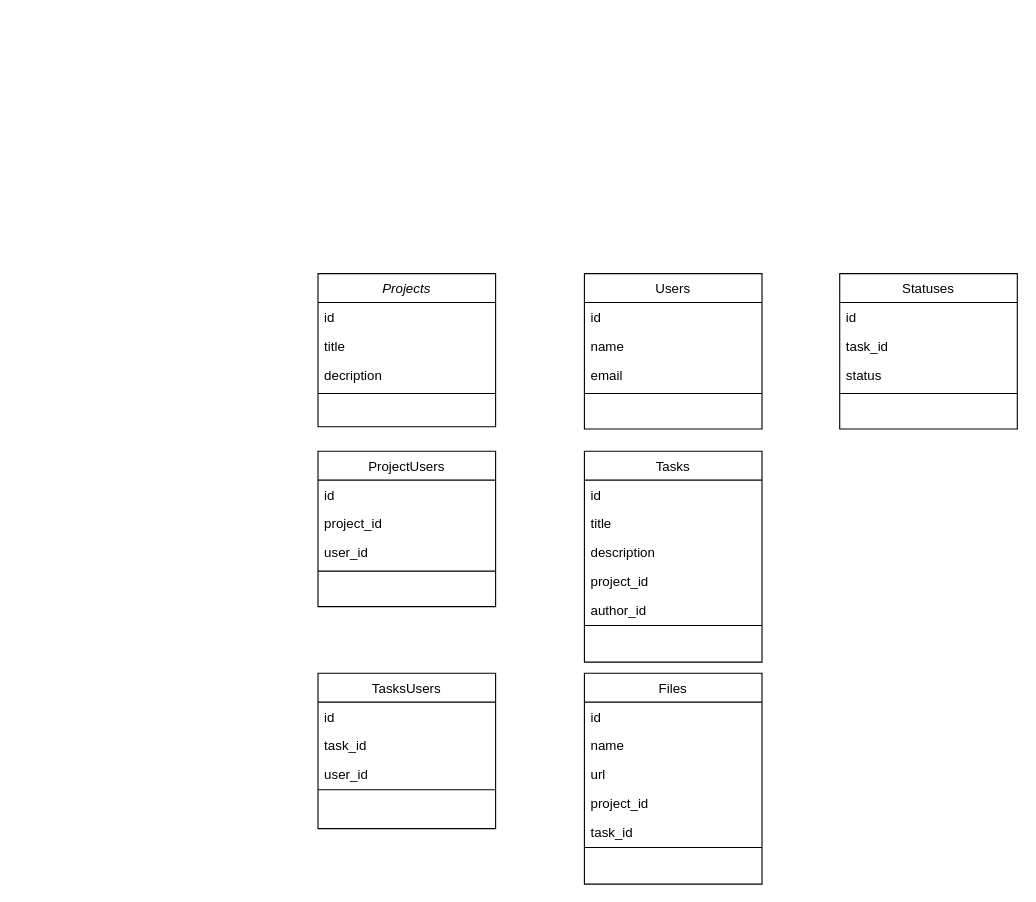
Above: Диаграмма без названия.drawio in Herald-DrayG/KhPISQL (draw.io), before the change. Source tidied: cells renumbered, new cells numbered last; positions are measured from the earlier drawing's top-left corner, leaving out a move shared by most shapes. Both pictures are drawn from the tidied source at 111%, with x=0, y=0 at pixel (317, 273).
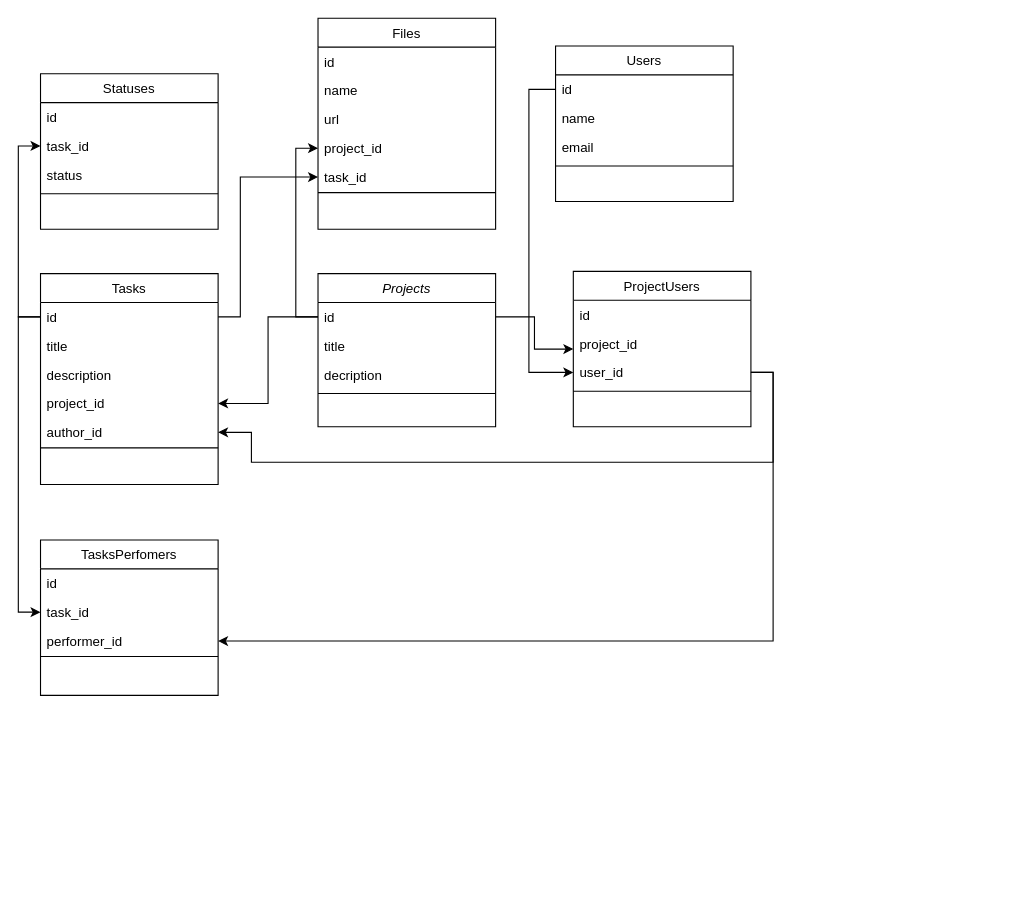
The same page after the edit.

Commit message:
task management service

The change refers to these unchanged cells:
```xml
<mxCell id="3" value="id" style="text;align=left;verticalAlign=top;spacingLeft=4;spacingRight=4;overflow=hidden;points=[[0,0.5],[1,0.5]];portConstraint=eastwest;" parent="2" vertex="1">
  <mxGeometry y="26" width="160" height="26" as="geometry" />
</mxCell>
<mxCell id="10" value="user_id" style="text;align=left;verticalAlign=top;spacingLeft=4;spacingRight=4;overflow=hidden;points=[[0,0.5],[1,0.5]];portConstraint=eastwest;" parent="7" vertex="1">
  <mxGeometry y="78" width="160" height="26" as="geometry" />
</mxCell>
<mxCell id="13" value="id" style="text;align=left;verticalAlign=top;spacingLeft=4;spacingRight=4;overflow=hidden;points=[[0,0.5],[1,0.5]];portConstraint=eastwest;" parent="12" vertex="1">
  <mxGeometry y="26" width="160" height="26" as="geometry" />
</mxCell>
<mxCell id="16" value="project_id" style="text;align=left;verticalAlign=top;spacingLeft=4;spacingRight=4;overflow=hidden;points=[[0,0.5],[1,0.5]];portConstraint=eastwest;" parent="12" vertex="1">
  <mxGeometry y="104" width="160" height="26" as="geometry" />
</mxCell>
<mxCell id="17" value="author_id" style="text;align=left;verticalAlign=top;spacingLeft=4;spacingRight=4;overflow=hidden;points=[[0,0.5],[1,0.5]];portConstraint=eastwest;" parent="12" vertex="1">
  <mxGeometry y="130" width="160" height="26" as="geometry" />
</mxCell>
<mxCell id="20" value="id" style="text;align=left;verticalAlign=top;spacingLeft=4;spacingRight=4;overflow=hidden;points=[[0,0.5],[1,0.5]];portConstraint=eastwest;" parent="19" vertex="1">
  <mxGeometry y="26" width="160" height="26" as="geometry" />
</mxCell>
<mxCell id="26" value="task_id" style="text;align=left;verticalAlign=top;spacingLeft=4;spacingRight=4;overflow=hidden;points=[[0,0.5],[1,0.5]];portConstraint=eastwest;" parent="24" vertex="1">
  <mxGeometry y="52" width="160" height="26" as="geometry" />
</mxCell>
<mxCell id="33" value="project_id" style="text;align=left;verticalAlign=top;spacingLeft=4;spacingRight=4;overflow=hidden;points=[[0,0.5],[1,0.5]];portConstraint=eastwest;" parent="29" vertex="1">
  <mxGeometry y="104" width="160" height="26" as="geometry" />
</mxCell>
<mxCell id="34" value="task_id" style="text;align=left;verticalAlign=top;spacingLeft=4;spacingRight=4;overflow=hidden;points=[[0,0.5],[1,0.5]];portConstraint=eastwest;" parent="29" vertex="1">
  <mxGeometry y="130" width="160" height="26" as="geometry" />
</mxCell>
<mxCell id="38" value="task_id" style="text;align=left;verticalAlign=top;spacingLeft=4;spacingRight=4;overflow=hidden;points=[[0,0.5],[1,0.5]];portConstraint=eastwest;rounded=0;shadow=0;html=0;" parent="36" vertex="1">
  <mxGeometry y="52" width="160" height="26" as="geometry" />
</mxCell>
```

Change to the diagram source:
```diff
@@
     <mxCell id="7" value="ProjectUsers" style="swimlane;fontStyle=0;align=center;verticalAlign=top;horizontal=1;startSize=26;rounded=0;shadow=0;strokeWidth=1;" parent="1" vertex="1">
-      <mxGeometry y="160" width="160" height="140" as="geometry" />
+      <mxGeometry x="230" y="-2" width="160" height="140" as="geometry" />
     </mxCell>
@@
     <mxCell id="12" value="Tasks" style="swimlane;fontStyle=0;align=center;verticalAlign=top;horizontal=1;startSize=26;rounded=0;shadow=0;strokeWidth=1;" parent="1" vertex="1">
-      <mxGeometry x="240" y="160" width="160" height="190" as="geometry" />
+      <mxGeometry x="-250" width="160" height="190" as="geometry" />
     </mxCell>
@@
     <mxCell id="19" value="Users" style="swimlane;fontStyle=0;align=center;verticalAlign=top;horizontal=1;startSize=26;rounded=0;shadow=0;strokeWidth=1;" parent="1" vertex="1">
-      <mxGeometry x="240" width="160" height="140" as="geometry" />
+      <mxGeometry x="214" y="-205" width="160" height="140" as="geometry" />
     </mxCell>
@@
-    <mxCell id="24" value="TasksUsers" style="swimlane;fontStyle=0;align=center;verticalAlign=top;horizontal=1;startSize=26;rounded=0;shadow=0;strokeWidth=1;" parent="1" vertex="1">
-      <mxGeometry y="360" width="160" height="140" as="geometry" />
+    <mxCell id="24" value="TasksPerfomers" style="swimlane;fontStyle=0;align=center;verticalAlign=top;horizontal=1;startSize=26;rounded=0;shadow=0;strokeWidth=1;" parent="1" vertex="1">
+      <mxGeometry x="-250" y="240" width="160" height="140" as="geometry" />
     </mxCell>
@@
-    <mxCell id="27" value="user_id" style="text;align=left;verticalAlign=top;spacingLeft=4;spacingRight=4;overflow=hidden;points=[[0,0.5],[1,0.5]];portConstraint=eastwest;" parent="24" vertex="1">
+    <mxCell id="27" value="performer_id" style="text;align=left;verticalAlign=top;spacingLeft=4;spacingRight=4;overflow=hidden;points=[[0,0.5],[1,0.5]];portConstraint=eastwest;" parent="24" vertex="1">
       <mxGeometry y="78" width="160" height="26" as="geometry" />
     </mxCell>
@@
     <mxCell id="29" value="Files" style="swimlane;fontStyle=0;align=center;verticalAlign=top;horizontal=1;startSize=26;rounded=0;shadow=0;strokeWidth=1;" parent="1" vertex="1">
-      <mxGeometry x="240" y="360" width="160" height="190" as="geometry" />
+      <mxGeometry y="-230" width="160" height="190" as="geometry" />
     </mxCell>
@@
     <mxCell id="36" value="Statuses" style="swimlane;fontStyle=0;align=center;verticalAlign=top;horizontal=1;startSize=26;rounded=0;shadow=0;strokeWidth=1;" parent="1" vertex="1">
-      <mxGeometry x="470" width="160" height="140" as="geometry" />
+      <mxGeometry x="-250" y="-180" width="160" height="140" as="geometry" />
     </mxCell>
@@
+    <mxCell id="41" style="edgeStyle=orthogonalEdgeStyle;rounded=0;jettySize=auto;html=1;entryX=1;entryY=0.5;entryDx=0;entryDy=0;" parent="1" edge="1" source="3" target="16">
+      <mxGeometry relative="1" as="geometry" />
+    </mxCell>
+    <mxCell id="42" style="edgeStyle=orthogonalEdgeStyle;rounded=0;jettySize=auto;html=1;entryX=0;entryY=0.5;entryDx=0;entryDy=0;" parent="1" edge="1" source="3" target="33">
+      <mxGeometry relative="1" as="geometry" />
+    </mxCell>
+    <mxCell id="43" style="edgeStyle=orthogonalEdgeStyle;rounded=0;jettySize=auto;html=1;entryX=0;entryY=0.5;entryDx=0;entryDy=0;" parent="1" edge="1" source="3" target="7">
+      <mxGeometry relative="1" as="geometry" />
+    </mxCell>
+    <mxCell id="44" style="edgeStyle=orthogonalEdgeStyle;rounded=0;jettySize=auto;html=1;entryX=0;entryY=0.5;entryDx=0;entryDy=0;" parent="1" edge="1" source="20" target="10">
+      <mxGeometry relative="1" as="geometry">
+        <Array as="points">
+          <mxPoint x="190" y="-166" />
+          <mxPoint x="190" y="89" />
+        </Array>
+      </mxGeometry>
+    </mxCell>
+    <mxCell id="45" style="edgeStyle=orthogonalEdgeStyle;rounded=0;jettySize=auto;html=1;entryX=1;entryY=0.5;entryDx=0;entryDy=0;" parent="1" edge="1" source="10" target="27">
+      <mxGeometry relative="1" as="geometry">
+        <Array as="points">
+          <mxPoint x="410" y="89" />
+          <mxPoint x="410" y="331" />
+        </Array>
+      </mxGeometry>
+    </mxCell>
+    <mxCell id="46" style="edgeStyle=orthogonalEdgeStyle;rounded=0;jettySize=auto;html=1;entryX=1;entryY=0.5;entryDx=0;entryDy=0;" parent="1" edge="1" source="10" target="17">
+      <mxGeometry relative="1" as="geometry">
+        <Array as="points">
+          <mxPoint x="410" y="89" />
+          <mxPoint x="410" y="170" />
+          <mxPoint x="-60" y="170" />
+          <mxPoint x="-60" y="143" />
+        </Array>
+      </mxGeometry>
+    </mxCell>
+    <mxCell id="47" style="edgeStyle=orthogonalEdgeStyle;rounded=0;jettySize=auto;html=1;entryX=0;entryY=0.5;entryDx=0;entryDy=0;" parent="1" edge="1" source="13" target="26">
+      <mxGeometry relative="1" as="geometry" />
+    </mxCell>
+    <mxCell id="48" style="edgeStyle=orthogonalEdgeStyle;rounded=0;jettySize=auto;html=1;entryX=0;entryY=0.5;entryDx=0;entryDy=0;" parent="1" edge="1" source="13" target="38">
+      <mxGeometry relative="1" as="geometry" />
+    </mxCell>
+    <mxCell id="49" style="edgeStyle=orthogonalEdgeStyle;rounded=0;jettySize=auto;html=1;entryX=0;entryY=0.5;entryDx=0;entryDy=0;" parent="1" edge="1" source="13" target="34">
+      <mxGeometry relative="1" as="geometry">
+        <Array as="points">
+          <mxPoint x="-70" y="39" />
+          <mxPoint x="-70" y="-87" />
+        </Array>
+      </mxGeometry>
+    </mxCell>
```
